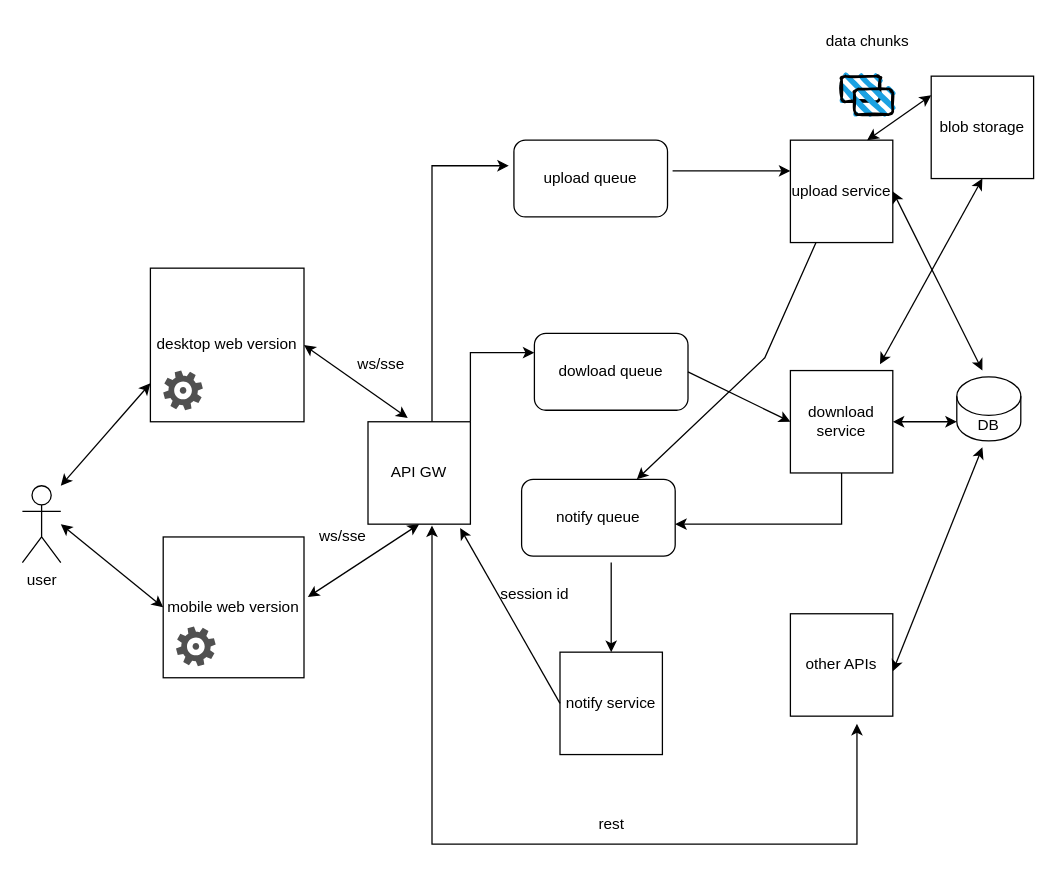
kasibkismath/systems-design keeps this draw.io diagram as large-file-upload.drawio. Above is the earlier version. Source tidied: cells renumbered, new cells numbered last; positions are measured from the earlier drawing's top-left corner, leaving out a move shared by most shapes. Both pictures are drawn from the tidied source at 128%, with x=0, y=0 at pixel (22, 22).
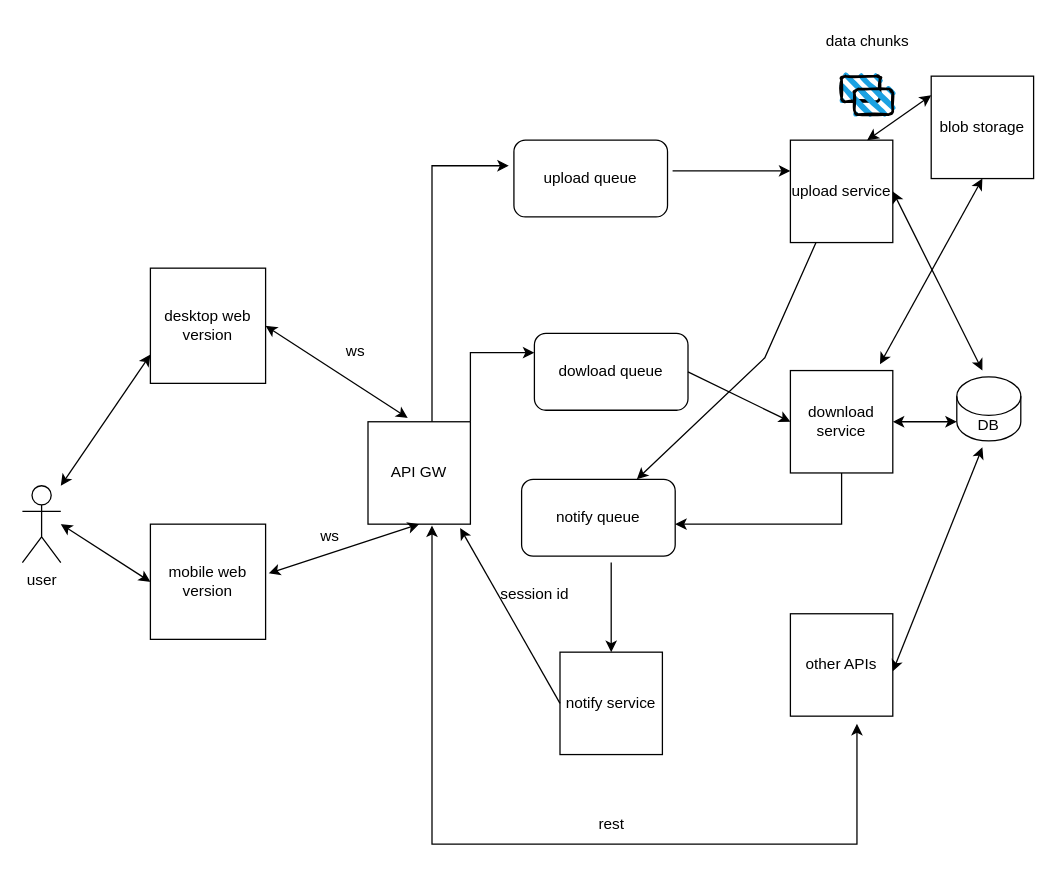
After the change.

Diff of the diagram source:
```diff
@@
     <mxCell id="3" value="desktop web version" style="whiteSpace=wrap;html=1;" parent="1" vertex="1">
-      <mxGeometry x="100" y="192" width="120" height="120" as="geometry" />
+      <mxGeometry x="100" y="192" width="90" height="90" as="geometry" />
     </mxCell>
     <mxCell id="4" value="mobile web version" style="whiteSpace=wrap;html=1;" parent="1" vertex="1">
-      <mxGeometry x="110" y="402" width="110" height="110" as="geometry" />
+      <mxGeometry x="100" y="392" width="90" height="90" as="geometry" />
     </mxCell>
@@
-    <mxCell id="23" style="sketch=0;shadow=0;dashed=0;html=1;strokeColor=none;fillColor=#505050;labelPosition=center;verticalLabelPosition=bottom;verticalAlign=top;align=center;shape=mxgraph.office.concepts.settings_office_365;" parent="1" vertex="1">
-      <mxGeometry x="110" y="272" width="31" height="31" as="geometry" />
-    </mxCell>
-    <mxCell id="24" style="sketch=0;shadow=0;dashed=0;html=1;strokeColor=none;fillColor=#505050;labelPosition=center;verticalLabelPosition=bottom;verticalAlign=top;align=center;shape=mxgraph.office.concepts.settings_office_365;" parent="1" vertex="1">
-      <mxGeometry x="120" y="472" width="31" height="31" as="geometry" />
-    </mxCell>
@@
-    <mxCell id="34" value="ws/sse" style="text;html=1;align=center;verticalAlign=middle;strokeColor=none;fillColor=none;" parent="1" vertex="1">
-      <mxGeometry x="250" y="252" width="60" height="30" as="geometry" />
+    <mxCell id="34" value="ws" style="text;html=1;align=center;verticalAlign=middle;strokeColor=none;fillColor=none;" parent="1" vertex="1">
+      <mxGeometry x="240" y="242" width="40" height="30" as="geometry" />
     </mxCell>
-    <mxCell id="35" value="ws/sse" style="text;html=1;align=center;verticalAlign=middle;strokeColor=none;fillColor=none;" parent="1" vertex="1">
-      <mxGeometry x="220" y="387" width="60" height="30" as="geometry" />
+    <mxCell id="35" value="ws" style="text;html=1;align=center;verticalAlign=middle;strokeColor=none;fillColor=none;" parent="1" vertex="1">
+      <mxGeometry x="220" y="387" width="40" height="30" as="geometry" />
     </mxCell>
```
